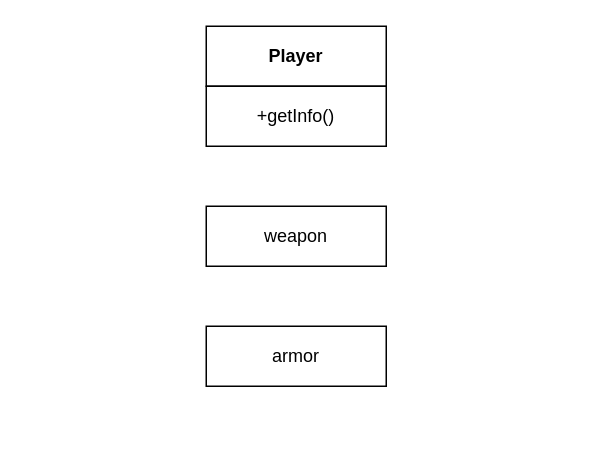
Earlier version of the draw.io diagram 2_structural/decorator.drawio (plnnsimon/patterns). Source tidied: cells renumbered, new cells numbered last; positions are measured from the earlier drawing's top-left corner, leaving out a move shared by most shapes. Both pictures are drawn from the tidied source at 150%, with x=0, y=0 at pixel (206, 26).
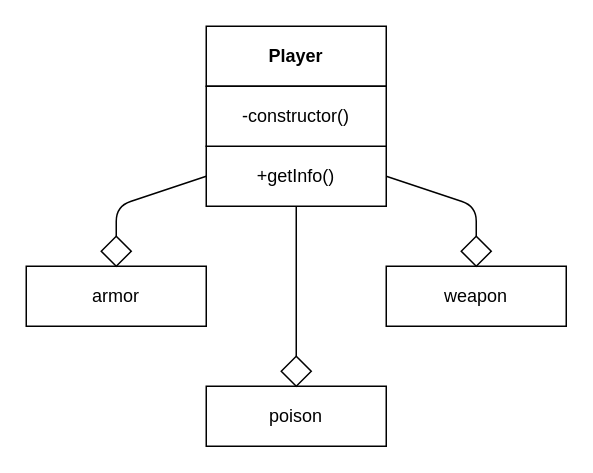
The same diagram, later.

The edit, as a diff of the source:
```diff
@@
 <mxGraphModel>
   <root>
     <mxCell id="0" />
     <mxCell id="1" parent="0" />
     <mxCell id="2" value="&lt;b&gt;Player&lt;/b&gt;" style="rounded=0;whiteSpace=wrap;html=1;" parent="1" vertex="1">
       <mxGeometry width="120" height="40" as="geometry" />
     </mxCell>
     <mxCell id="3" value="+getInfo()" style="rounded=0;whiteSpace=wrap;html=1;" parent="1" vertex="1">
-      <mxGeometry y="40" width="120" height="40" as="geometry" />
+      <mxGeometry y="80" width="120" height="40" as="geometry" />
     </mxCell>
     <mxCell id="4" value="armor" style="rounded=0;whiteSpace=wrap;html=1;" parent="1" vertex="1">
-      <mxGeometry y="200" width="120" height="40" as="geometry" />
+      <mxGeometry x="-120" y="160" width="120" height="40" as="geometry" />
     </mxCell>
     <mxCell id="5" value="weapon" style="rounded=0;whiteSpace=wrap;html=1;" parent="1" vertex="1">
-      <mxGeometry y="120" width="120" height="40" as="geometry" />
+      <mxGeometry x="120" y="160" width="120" height="40" as="geometry" />
     </mxCell>
+    <mxCell id="6" value="-constructor()" style="rounded=0;whiteSpace=wrap;html=1;" parent="1" vertex="1">
+      <mxGeometry y="40" width="120" height="40" as="geometry" />
+    </mxCell>
+    <mxCell id="7" style="rhombus;whiteSpace=wrap;html=1;" parent="1" vertex="1">
+      <mxGeometry x="170" y="140" width="20" height="20" as="geometry" />
+    </mxCell>
+    <mxCell id="8" style="rhombus;whiteSpace=wrap;html=1;" parent="1" vertex="1">
+      <mxGeometry x="-70" y="140" width="20" height="20" as="geometry" />
+    </mxCell>
+    <mxCell id="9" style="endArrow=none;html=1;exitX=0.5;exitY=0;exitDx=0;exitDy=0;" parent="1" edge="1" source="8">
+      <mxGeometry relative="1" as="geometry">
+        <mxPoint y="100" as="targetPoint" />
+        <Array as="points">
+          <mxPoint x="-60" y="120" />
+        </Array>
+      </mxGeometry>
+    </mxCell>
+    <mxCell id="10" style="endArrow=none;html=1;entryX=1;entryY=0.5;entryDx=0;entryDy=0;" parent="1" edge="1" target="3">
+      <mxGeometry relative="1" as="geometry">
+        <mxPoint x="180" y="140" as="sourcePoint" />
+        <Array as="points">
+          <mxPoint x="180" y="120" />
+        </Array>
+      </mxGeometry>
+    </mxCell>
+    <mxCell id="11" value="poison" style="rounded=0;whiteSpace=wrap;html=1;" parent="1" vertex="1">
+      <mxGeometry y="240" width="120" height="40" as="geometry" />
+    </mxCell>
+    <mxCell id="12" style="rhombus;whiteSpace=wrap;html=1;" parent="1" vertex="1">
+      <mxGeometry x="50" y="220" width="20" height="20" as="geometry" />
+    </mxCell>
+    <mxCell id="13" style="endArrow=none;html=1;entryX=0.5;entryY=1;entryDx=0;entryDy=0;" parent="1" edge="1" target="3">
+      <mxGeometry relative="1" as="geometry">
+        <mxPoint x="60" y="220" as="sourcePoint" />
+      </mxGeometry>
+    </mxCell>
   </root>
 </mxGraphModel>
```
